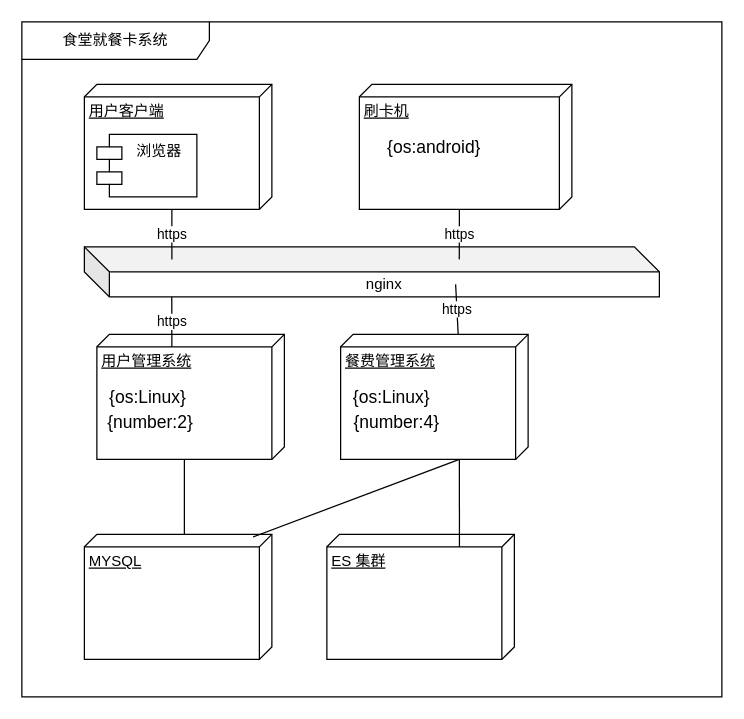
liumin1939/ArchTraining keeps this draw.io diagram as 架构培训01就餐卡系统.drawio. Above is the earlier version. Source tidied: cells renumbered, new cells numbered last; positions are measured from the earlier drawing's top-left corner, leaving out a move shared by most shapes. Both pictures are drawn from the tidied source at 125%, with x=0, y=0 at pixel (21, 21).
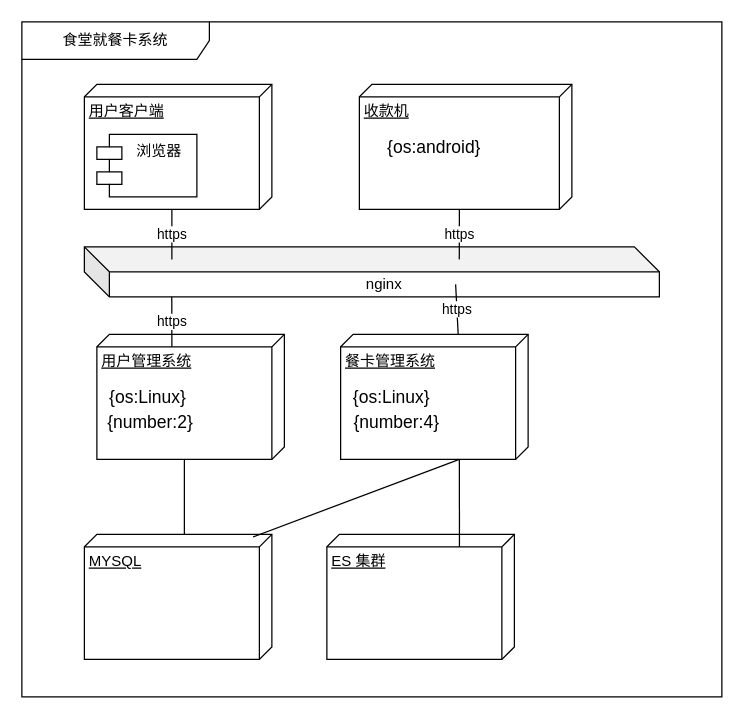
After the change.

Commit message:
Added 架构培训01就餐卡系统.drawio

Change to the diagram source:
```diff
@@
-    <mxCell id="5" value="刷卡机" style="verticalAlign=top;align=left;spacingTop=8;spacingLeft=2;spacingRight=12;shape=cube;size=10;direction=south;fontStyle=4;html=1;fillColor=none;" parent="1" vertex="1">
+    <mxCell id="5" value="收款机" style="verticalAlign=top;align=left;spacingTop=8;spacingLeft=2;spacingRight=12;shape=cube;size=10;direction=south;fontStyle=4;html=1;fillColor=none;" parent="1" vertex="1">
       <mxGeometry x="270" y="50" width="170" height="100" as="geometry" />
     </mxCell>
@@
-    <mxCell id="13" value="餐费管理系统" style="verticalAlign=top;align=left;spacingTop=8;spacingLeft=2;spacingRight=12;shape=cube;size=10;direction=south;fontStyle=4;html=1;fillColor=none;" parent="1" vertex="1">
+    <mxCell id="13" value="餐卡管理系统" style="verticalAlign=top;align=left;spacingTop=8;spacingLeft=2;spacingRight=12;shape=cube;size=10;direction=south;fontStyle=4;html=1;fillColor=none;" parent="1" vertex="1">
       <mxGeometry x="255" y="250" width="150" height="100" as="geometry" />
     </mxCell>
```
